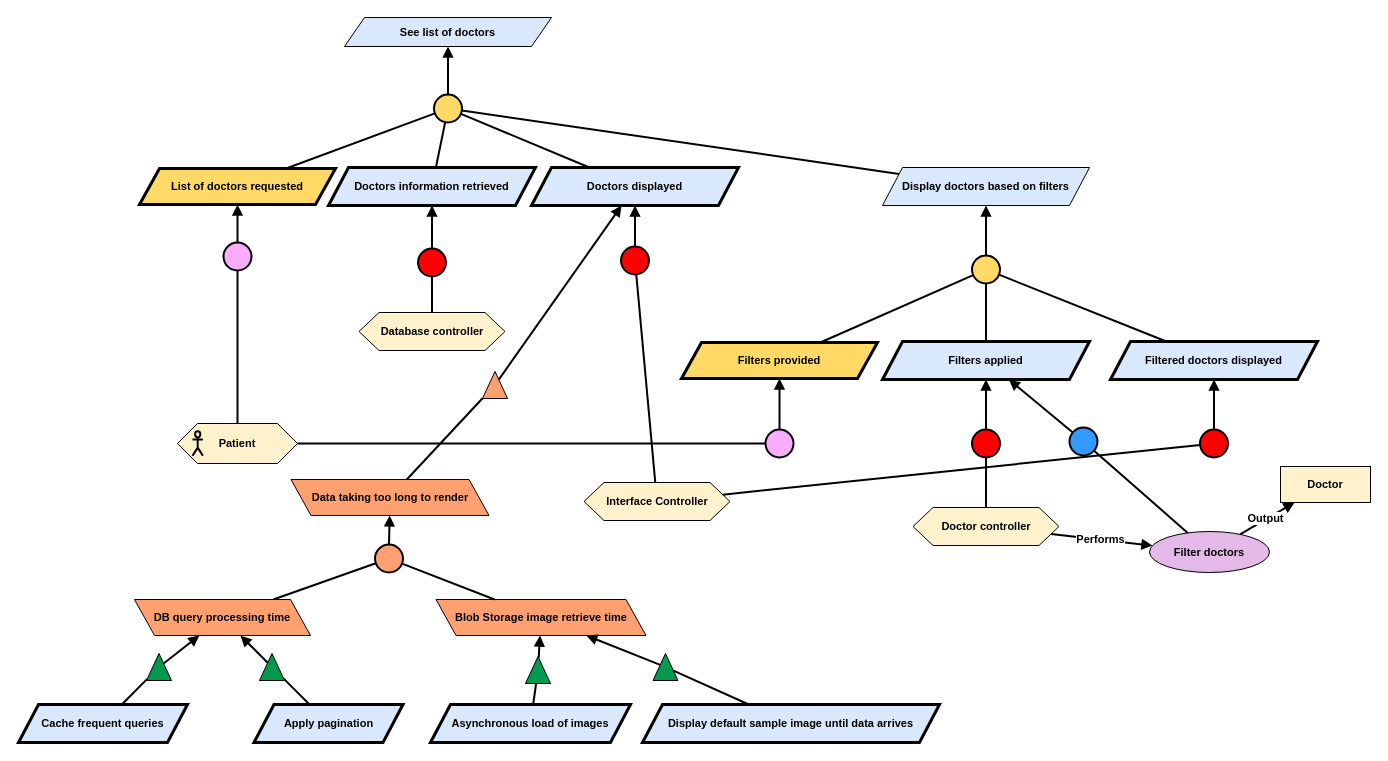
The draw.io diagram Kaos/KAOS 7.drawio in RafaelCMira/myclinic-msp-project, before the edit. Source tidied: cells renumbered, new cells numbered last; positions are measured from the earlier drawing's top-left corner, leaving out a move shared by most shapes. Both pictures are drawn from the tidied source at 100%, with x=0, y=0 at pixel (18, 17).
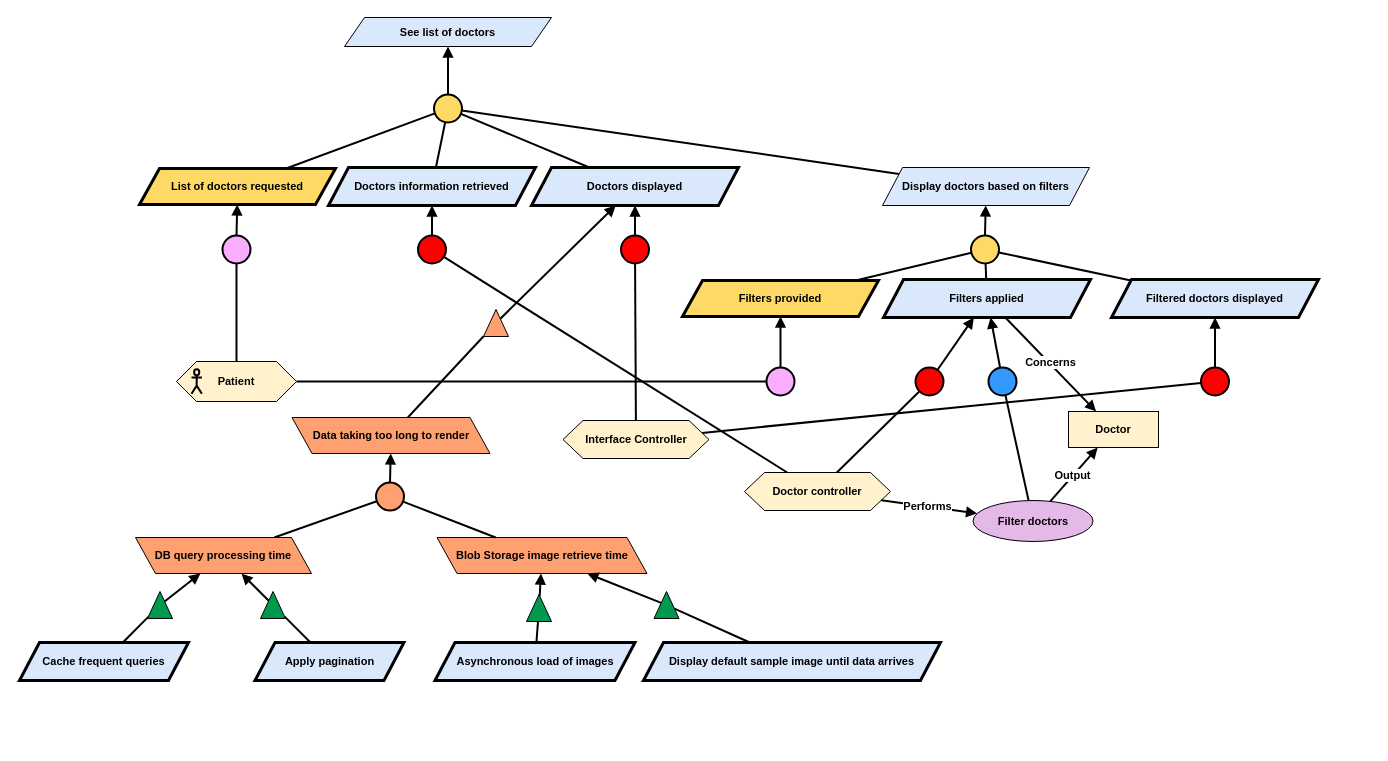
Above is the later version.

What changed in the source:
```diff
@@
     <mxCell id="10" style="ellipse;whiteSpace=wrap;html=1;fillColor=#FAADFF;strokeWidth=2;fontFamily=Helvetica;fontSize=11;fontColor=default;labelBackgroundColor=default;" parent="1" vertex="1">
-      <mxGeometry x="205" y="225" width="28" height="28" as="geometry" />
+      <mxGeometry x="204" y="218" width="28" height="28" as="geometry" />
     </mxCell>
@@
     <mxCell id="13" style="group;" parent="1" vertex="1">
-      <mxGeometry x="159" y="406" width="120" height="40" as="geometry" />
+      <mxGeometry x="158" y="344" width="120" height="40" as="geometry" />
     </mxCell>
@@
     <mxCell id="16" style="ellipse;whiteSpace=wrap;html=1;fillColor=#FF0000;strokeWidth=2;" parent="1" vertex="1">
-      <mxGeometry x="399.5" y="231" width="28" height="28" as="geometry" />
+      <mxGeometry x="399.5" y="218" width="28" height="28" as="geometry" />
     </mxCell>
@@
-    <mxCell id="18" style="endArrow=none;html=1;rounded=0;strokeWidth=2;" parent="1" edge="1" source="19" target="16">
+    <mxCell id="18" style="endArrow=none;html=1;rounded=0;strokeWidth=2;" parent="1" edge="1" source="39" target="16">
       <mxGeometry relative="1" as="geometry" />
     </mxCell>
-    <mxCell id="19" value="&lt;div&gt;&lt;b&gt;Database controller&lt;/b&gt;&lt;/div&gt;" style="shape=hexagon;perimeter=hexagonPerimeter2;whiteSpace=wrap;html=1;fixedSize=1;fillColor=#FFF2CC;fontFamily=Helvetica;fontSize=11;fontColor=default;labelBackgroundColor=none;" parent="1" vertex="1">
-      <mxGeometry x="340.5" y="295" width="146" height="38" as="geometry" />
-    </mxCell>
@@
     <mxCell id="22" style="ellipse;whiteSpace=wrap;html=1;fillColor=#FF0000;strokeWidth=2;" parent="1" vertex="1">
-      <mxGeometry x="602.5" y="229" width="28" height="28" as="geometry" />
+      <mxGeometry x="602.5" y="218" width="28" height="28" as="geometry" />
     </mxCell>
@@
     <mxCell id="25" value="&lt;div&gt;&lt;b&gt;Interface Controller&lt;/b&gt;&lt;/div&gt;" style="shape=hexagon;perimeter=hexagonPerimeter2;whiteSpace=wrap;html=1;fixedSize=1;fillColor=#FFF2CC;fontFamily=Helvetica;fontSize=11;fontColor=default;labelBackgroundColor=none;" parent="1" vertex="1">
-      <mxGeometry x="565.5" y="465" width="146" height="38" as="geometry" />
+      <mxGeometry x="544.5" y="403" width="146" height="38" as="geometry" />
     </mxCell>
     <mxCell id="26" value="&lt;b&gt;Filters provided&lt;/b&gt;" style="shape=parallelogram;perimeter=parallelogramPerimeter;whiteSpace=wrap;html=1;fixedSize=1;fillColor=#FFD966;strokeColor=#000000;strokeWidth=3;fontFamily=Helvetica;fontSize=11;fontColor=default;labelBackgroundColor=none;" parent="1" vertex="1">
-      <mxGeometry x="663" y="325" width="196" height="36" as="geometry" />
+      <mxGeometry x="664" y="263" width="196" height="36" as="geometry" />
     </mxCell>
     <mxCell id="27" style="ellipse;whiteSpace=wrap;html=1;fillColor=#FAADFF;strokeWidth=2;fontFamily=Helvetica;fontSize=11;fontColor=default;labelBackgroundColor=default;" parent="1" vertex="1">
-      <mxGeometry x="747" y="412" width="28" height="28" as="geometry" />
+      <mxGeometry x="748" y="350" width="28" height="28" as="geometry" />
     </mxCell>
@@
     <mxCell id="31" style="ellipse;whiteSpace=wrap;html=1;fillColor=#FFD966;strokeWidth=2;" parent="1" vertex="1">
-      <mxGeometry x="953.5" y="238" width="28" height="28" as="geometry" />
+      <mxGeometry x="952.5" y="218" width="28" height="28" as="geometry" />
     </mxCell>
@@
     <mxCell id="34" value="&lt;b&gt;Filters applied&lt;/b&gt;" style="shape=parallelogram;perimeter=parallelogramPerimeter;whiteSpace=wrap;html=1;fixedSize=1;fillColor=#dae8fc;strokeColor=#000000;fontFamily=Helvetica;fontSize=11;fontColor=default;labelBackgroundColor=none;strokeWidth=3;" parent="1" vertex="1">
-      <mxGeometry x="864" y="324" width="207" height="38" as="geometry" />
+      <mxGeometry x="865" y="262" width="207" height="38" as="geometry" />
     </mxCell>
@@
     <mxCell id="36" style="ellipse;whiteSpace=wrap;html=1;fillColor=#FF0000;strokeWidth=2;" parent="1" vertex="1">
-      <mxGeometry x="953.5" y="412" width="28" height="28" as="geometry" />
+      <mxGeometry x="897" y="350" width="28" height="28" as="geometry" />
     </mxCell>
@@
     <mxCell id="39" value="&lt;div&gt;&lt;b&gt;Doctor controller&lt;/b&gt;&lt;/div&gt;" style="shape=hexagon;perimeter=hexagonPerimeter2;whiteSpace=wrap;html=1;fixedSize=1;fillColor=#FFF2CC;fontFamily=Helvetica;fontSize=11;fontColor=default;labelBackgroundColor=none;" parent="1" vertex="1">
-      <mxGeometry x="894.5" y="490" width="146" height="38" as="geometry" />
+      <mxGeometry x="726" y="455" width="146" height="38" as="geometry" />
     </mxCell>
     <mxCell id="40" style="ellipse;whiteSpace=wrap;html=1;fillColor=#FF0000;strokeWidth=2;" parent="1" vertex="1">
-      <mxGeometry x="1181.5" y="412" width="28" height="28" as="geometry" />
+      <mxGeometry x="1182.5" y="350" width="28" height="28" as="geometry" />
     </mxCell>
@@
     <mxCell id="43" value="&lt;b&gt;Filtered doctors displayed&lt;/b&gt;" style="shape=parallelogram;perimeter=parallelogramPerimeter;whiteSpace=wrap;html=1;fixedSize=1;fillColor=#dae8fc;strokeColor=#000000;fontFamily=Helvetica;fontSize=11;fontColor=default;labelBackgroundColor=none;strokeWidth=3;" parent="1" vertex="1">
-      <mxGeometry x="1092" y="324" width="207" height="38" as="geometry" />
+      <mxGeometry x="1093" y="262" width="207" height="38" as="geometry" />
     </mxCell>
@@
     <mxCell id="45" value="Data taking too long to render" style="shape=parallelogram;perimeter=parallelogramPerimeter;whiteSpace=wrap;html=1;fixedSize=1;fillColor=#FFA070;fontStyle=1;fontFamily=Helvetica;fontSize=11;fontColor=default;labelBackgroundColor=none;flipH=1;flipV=0;" parent="1" vertex="1">
-      <mxGeometry x="272.5" y="462" width="198" height="36" as="geometry" />
+      <mxGeometry x="273.5" y="400" width="198" height="36" as="geometry" />
     </mxCell>
@@
     <mxCell id="48" style="triangle;whiteSpace=wrap;html=1;rotation=-90;fillColor=#FFA070;" parent="1" vertex="1">
-      <mxGeometry x="463" y="355" width="27" height="25" as="geometry" />
+      <mxGeometry x="464" y="293" width="27" height="25" as="geometry" />
     </mxCell>
     <mxCell id="49" style="ellipse;whiteSpace=wrap;html=1;fillColor=#FFA070;strokeWidth=2;" parent="1" vertex="1">
-      <mxGeometry x="356.5" y="527" width="28" height="28" as="geometry" />
+      <mxGeometry x="357.5" y="465" width="28" height="28" as="geometry" />
     </mxCell>
@@
     <mxCell id="51" value="DB query processing time" style="shape=parallelogram;perimeter=parallelogramPerimeter;whiteSpace=wrap;html=1;fixedSize=1;fillColor=#FFA070;fontStyle=1;fontFamily=Helvetica;fontSize=11;fontColor=default;labelBackgroundColor=none;flipH=1;flipV=0;" parent="1" vertex="1">
-      <mxGeometry x="116" y="582" width="176" height="36" as="geometry" />
+      <mxGeometry x="117" y="520" width="176" height="36" as="geometry" />
     </mxCell>
     <mxCell id="52" value="Blob Storage image retrieve time" style="shape=parallelogram;perimeter=parallelogramPerimeter;whiteSpace=wrap;html=1;fixedSize=1;fillColor=#FFA070;fontStyle=1;fontFamily=Helvetica;fontSize=11;fontColor=default;labelBackgroundColor=none;flipH=1;flipV=0;" parent="1" vertex="1">
-      <mxGeometry x="417.5" y="582" width="210" height="36" as="geometry" />
+      <mxGeometry x="418.5" y="520" width="210" height="36" as="geometry" />
     </mxCell>
@@
     <mxCell id="55" value="&lt;b&gt;Filter doctors&lt;/b&gt;" style="ellipse;whiteSpace=wrap;html=1;fillColor=#E4B9E7;strokeColor=#000000;fontFamily=Helvetica;fontSize=11;fontColor=default;labelBackgroundColor=none;" parent="1" vertex="1">
-      <mxGeometry x="1131" y="514" width="120" height="41" as="geometry" />
+      <mxGeometry x="954.5" y="483" width="120" height="41" as="geometry" />
     </mxCell>
@@
     <mxCell id="58" value="&lt;b&gt;Doctor&lt;/b&gt;" style="rounded=0;whiteSpace=wrap;html=1;fillColor=#FFF2CC;fontFamily=Helvetica;fontSize=11;fontColor=default;labelBackgroundColor=none;" parent="1" vertex="1">
-      <mxGeometry x="1262" y="449" width="90" height="36" as="geometry" />
+      <mxGeometry x="1050" y="394" width="90" height="36" as="geometry" />
     </mxCell>
@@
     <mxCell id="61" style="ellipse;whiteSpace=wrap;html=1;fillColor=#3399FF;strokeWidth=2;" parent="1" vertex="1">
-      <mxGeometry x="1051" y="410" width="28" height="28" as="geometry" />
+      <mxGeometry x="970" y="350" width="28" height="28" as="geometry" />
     </mxCell>
@@
     <mxCell id="66" style="triangle;whiteSpace=wrap;html=1;rotation=-90;fillColor=#00994D;" parent="1" vertex="1">
-      <mxGeometry x="240" y="637" width="27" height="25" as="geometry" />
+      <mxGeometry x="241" y="575" width="27" height="25" as="geometry" />
     </mxCell>
     <mxCell id="67" value="&lt;b&gt;Apply pagination&lt;/b&gt;" style="shape=parallelogram;perimeter=parallelogramPerimeter;whiteSpace=wrap;html=1;fixedSize=1;fillColor=#dae8fc;strokeColor=#000000;fontFamily=Helvetica;fontSize=11;fontColor=default;labelBackgroundColor=none;strokeWidth=3;" parent="1" vertex="1">
-      <mxGeometry x="235.5" y="687" width="149" height="38" as="geometry" />
+      <mxGeometry x="236.5" y="625" width="149" height="38" as="geometry" />
     </mxCell>
     <mxCell id="68" value="&lt;b&gt;Cache frequent queries&lt;/b&gt;" style="shape=parallelogram;perimeter=parallelogramPerimeter;whiteSpace=wrap;html=1;fixedSize=1;fillColor=#dae8fc;strokeColor=#000000;fontFamily=Helvetica;fontSize=11;fontColor=default;labelBackgroundColor=none;strokeWidth=3;" parent="1" vertex="1">
-      <mxGeometry y="687" width="169" height="38" as="geometry" />
+      <mxGeometry x="1" y="625" width="169" height="38" as="geometry" />
     </mxCell>
@@
     <mxCell id="70" style="triangle;whiteSpace=wrap;html=1;rotation=-90;fillColor=#00994D;" parent="1" vertex="1">
-      <mxGeometry x="127" y="637" width="27" height="25" as="geometry" />
+      <mxGeometry x="128" y="575" width="27" height="25" as="geometry" />
     </mxCell>
@@
     <mxCell id="74" style="triangle;whiteSpace=wrap;html=1;rotation=-90;fillColor=#00994D;" parent="1" vertex="1">
-      <mxGeometry x="506" y="640" width="27" height="25" as="geometry" />
+      <mxGeometry x="507" y="578" width="27" height="25" as="geometry" />
     </mxCell>
     <mxCell id="75" value="&lt;b&gt;Asynchronous load of images&lt;/b&gt;" style="shape=parallelogram;perimeter=parallelogramPerimeter;whiteSpace=wrap;html=1;fixedSize=1;fillColor=#dae8fc;strokeColor=#000000;fontFamily=Helvetica;fontSize=11;fontColor=default;labelBackgroundColor=none;strokeWidth=3;" parent="1" vertex="1">
-      <mxGeometry x="412" y="687" width="200" height="38" as="geometry" />
+      <mxGeometry x="416.5" y="625" width="200" height="38" as="geometry" />
     </mxCell>
     <mxCell id="76" value="&lt;b&gt;Display default sample image until data arrives&lt;/b&gt;" style="shape=parallelogram;perimeter=parallelogramPerimeter;whiteSpace=wrap;html=1;fixedSize=1;fillColor=#dae8fc;strokeColor=#000000;fontFamily=Helvetica;fontSize=11;fontColor=default;labelBackgroundColor=none;strokeWidth=3;" parent="1" vertex="1">
-      <mxGeometry x="624" y="687" width="297" height="38" as="geometry" />
+      <mxGeometry x="625" y="625" width="297" height="38" as="geometry" />
     </mxCell>
@@
     <mxCell id="79" style="triangle;whiteSpace=wrap;html=1;rotation=-90;fillColor=#00994D;" parent="1" vertex="1">
-      <mxGeometry x="633.5" y="637" width="27" height="25" as="geometry" />
+      <mxGeometry x="634.5" y="575" width="27" height="25" as="geometry" />
     </mxCell>
+    <mxCell id="80" style="endArrow=block;html=1;rounded=0;endFill=1;strokeWidth=2;" parent="1" edge="1" source="34" target="58">
+      <mxGeometry relative="1" as="geometry" />
+    </mxCell>
+    <mxCell id="81" value="&lt;b&gt;Concerns&lt;/b&gt;" style="edgeLabel;html=1;align=center;verticalAlign=middle;" parent="80" vertex="1">
+      <mxGeometry x="-0.04" y="1" relative="1" as="geometry" />
+    </mxCell>
```
